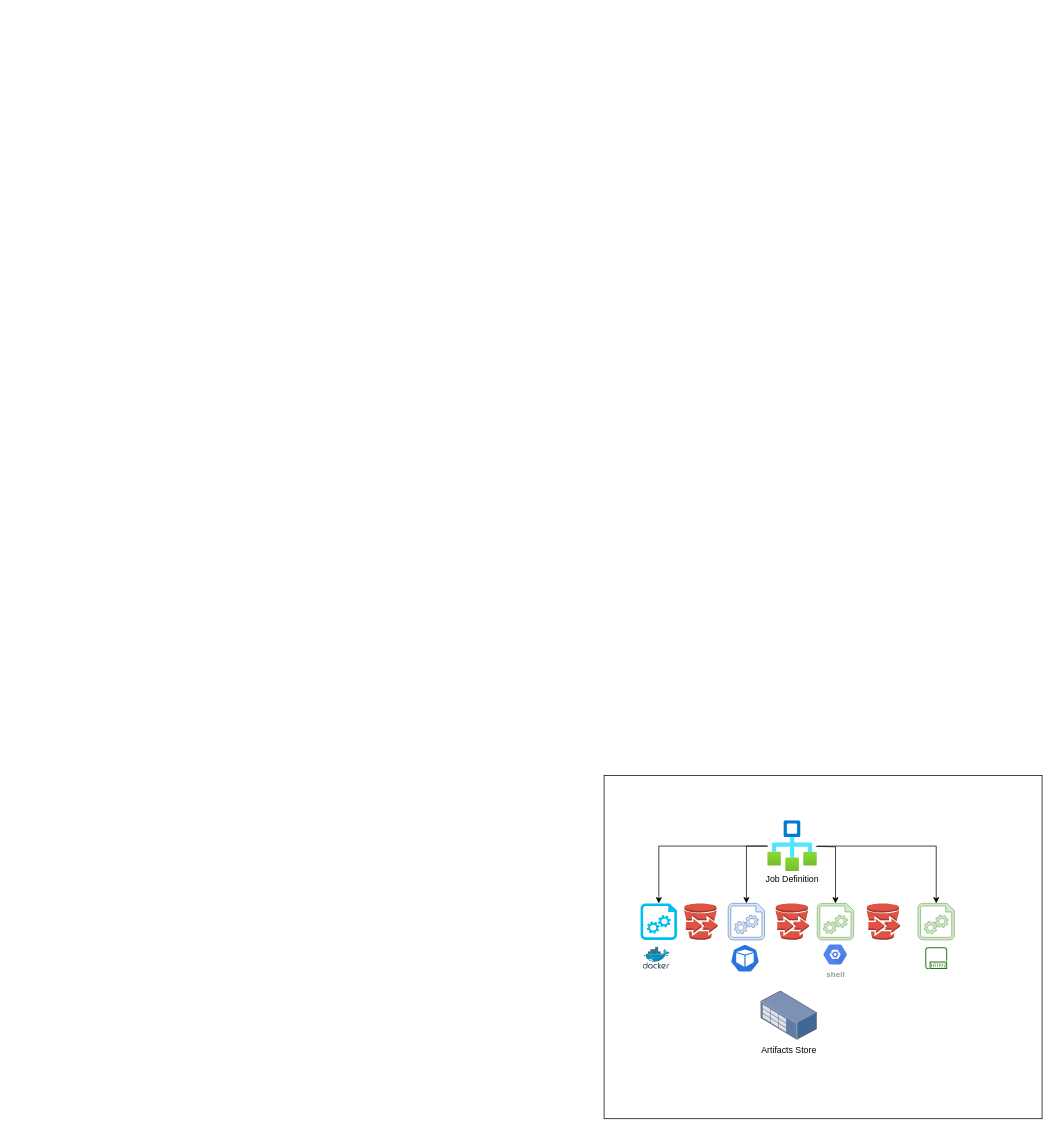
This is page "Page-3" (3 of 4) of formicary.drawio from bhatti/Aeron, a draw.io file, before an edit. Source tidied: cells renumbered, new cells numbered last; positions are measured from the earlier drawing's top-left corner, leaving out a move shared by most shapes. Both pictures are drawn from the tidied source at 73%, with x=0, y=0 at pixel (604, 775).
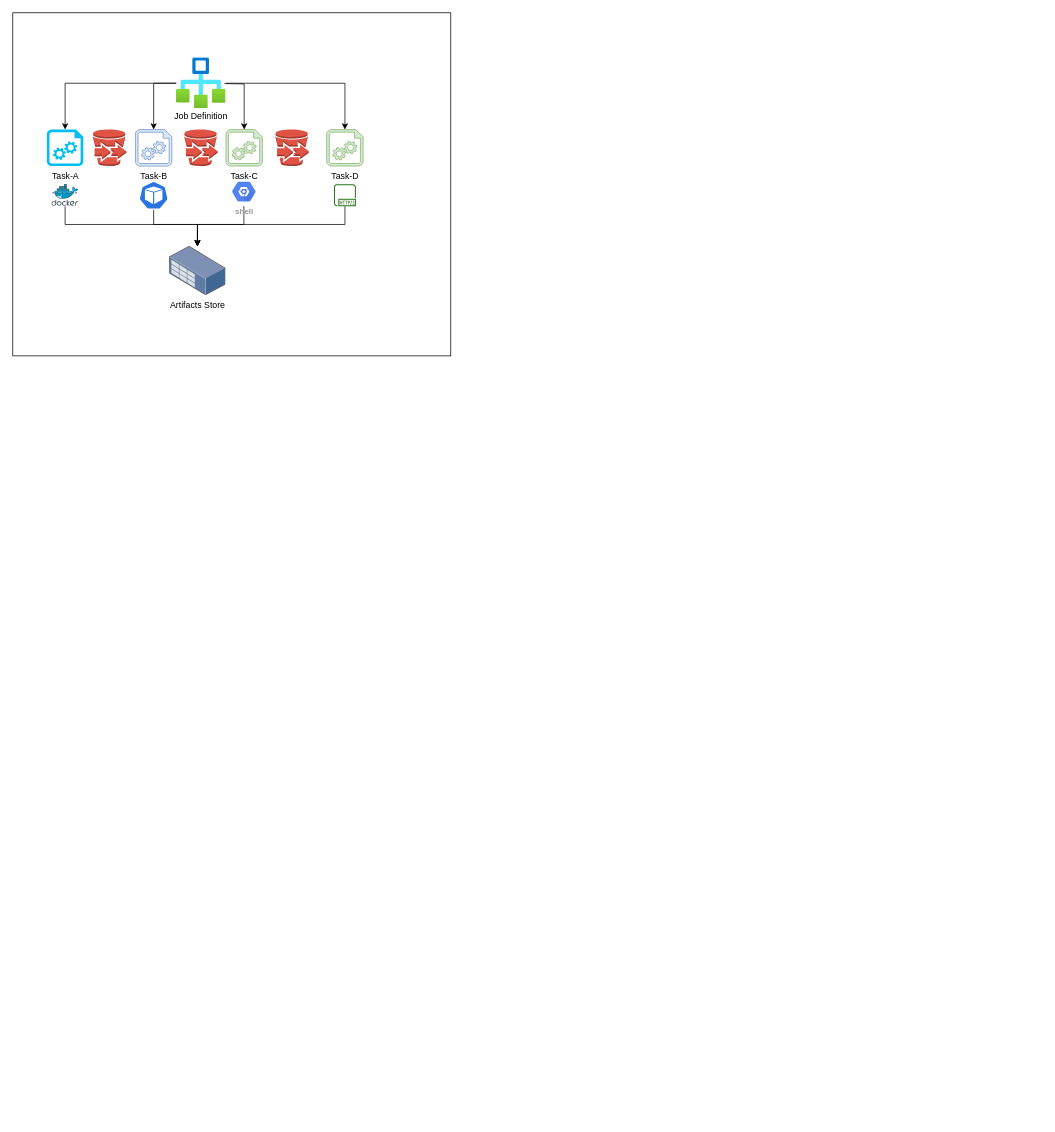
Above is the later version.

Change to the diagram source:
```diff
@@
     <mxCell id="2" style="rounded=0;whiteSpace=wrap;html=1;" parent="1" vertex="1">
-      <mxGeometry width="600" height="470" as="geometry" />
+      <mxGeometry x="-810" y="-1045" width="600" height="470" as="geometry" />
     </mxCell>
     <mxCell id="3" value="Job Definition" style="text;html=1;strokeColor=none;fillColor=none;align=center;verticalAlign=middle;whiteSpace=wrap;rounded=0;" parent="1" vertex="1">
-      <mxGeometry x="213" y="131.5" width="90" height="20" as="geometry" />
+      <mxGeometry x="-597" y="-913.5" width="90" height="20" as="geometry" />
     </mxCell>
+    <mxCell id="21" style="edgeStyle=orthogonalEdgeStyle;rounded=0;jettySize=auto;html=1;" parent="1" edge="1" source="4" target="20">
+      <mxGeometry relative="1" as="geometry">
+        <Array as="points">
+          <mxPoint x="-738" y="-755" />
+          <mxPoint x="-557" y="-755" />
+        </Array>
+      </mxGeometry>
+    </mxCell>
     <mxCell id="4" style="html=1;points=[];align=center;image;fontSize=12;image=img/lib/mscae/Docker.svg;" parent="1" vertex="1">
-      <mxGeometry x="53.4" y="235" width="36.6" height="30" as="geometry" />
+      <mxGeometry x="-756.6" y="-810" width="36.6" height="30" as="geometry" />
     </mxCell>
+    <mxCell id="22" style="edgeStyle=orthogonalEdgeStyle;rounded=0;jettySize=auto;html=1;" parent="1" edge="1" source="5" target="20">
+      <mxGeometry relative="1" as="geometry">
+        <Array as="points">
+          <mxPoint x="-617" y="-755" />
+          <mxPoint x="-557" y="-755" />
+        </Array>
+      </mxGeometry>
+    </mxCell>
     <mxCell id="5" style="html=1;dashed=0;whitespace=wrap;fillColor=#2875E2;strokeColor=#ffffff;points=[[0.005,0.63,0],[0.1,0.2,0],[0.9,0.2,0],[0.5,0,0],[0.995,0.63,0],[0.72,0.99,0],[0.5,1,0],[0.28,0.99,0]];shape=mxgraph.kubernetes.icon;prIcon=pod;" parent="1" vertex="1">
-      <mxGeometry x="173" y="230" width="40" height="40" as="geometry" />
+      <mxGeometry x="-637" y="-815" width="40" height="40" as="geometry" />
     </mxCell>
+    <mxCell id="23" style="edgeStyle=orthogonalEdgeStyle;rounded=0;jettySize=auto;html=1;" parent="1" edge="1" source="6" target="20">
+      <mxGeometry relative="1" as="geometry">
+        <Array as="points">
+          <mxPoint x="-355" y="-755" />
+          <mxPoint x="-557" y="-755" />
+        </Array>
+      </mxGeometry>
+    </mxCell>
     <mxCell id="6" style="outlineConnect=0;fontColor=#232F3E;gradientColor=none;fillColor=#277116;strokeColor=none;dashed=0;verticalLabelPosition=bottom;verticalAlign=top;align=center;html=1;fontSize=12;fontStyle=0;shape=mxgraph.aws4.http2_protocol;" parent="1" vertex="1">
-      <mxGeometry x="440" y="235" width="30" height="30" as="geometry" />
+      <mxGeometry x="-370" y="-810" width="30" height="30" as="geometry" />
     </mxCell>
+    <mxCell id="24" style="edgeStyle=orthogonalEdgeStyle;rounded=0;jettySize=auto;html=1;" parent="1" edge="1" source="7" target="20">
+      <mxGeometry relative="1" as="geometry">
+        <Array as="points">
+          <mxPoint x="-493" y="-755" />
+          <mxPoint x="-557" y="-755" />
+        </Array>
+      </mxGeometry>
+    </mxCell>
     <mxCell id="7" value="shell" style="html=1;fillColor=#5184F3;strokeColor=none;verticalAlign=top;labelPosition=center;verticalLabelPosition=bottom;align=center;spacingTop=-6;fontSize=11;fontStyle=1;fontColor=#999999;shape=mxgraph.gcp2.hexIcon;prIcon=placeholder;" parent="1" vertex="1">
-      <mxGeometry x="292" y="225" width="49.2" height="40" as="geometry" />
+      <mxGeometry x="-518" y="-820" width="49.2" height="40" as="geometry" />
     </mxCell>
-    <mxCell id="8" style="verticalLabelPosition=bottom;html=1;verticalAlign=top;align=center;strokeColor=none;fillColor=#00BEF2;shape=mxgraph.azure.startup_task;" parent="1" vertex="1">
-      <mxGeometry x="50" y="175" width="50" height="50" as="geometry" />
+    <mxCell id="8" value="Task-A" style="verticalLabelPosition=bottom;html=1;verticalAlign=top;align=center;strokeColor=none;fillColor=#00BEF2;shape=mxgraph.azure.startup_task;" parent="1" vertex="1">
+      <mxGeometry x="-763.3" y="-885" width="50" height="50" as="geometry" />
     </mxCell>
     <mxCell id="9" style="dashed=0;verticalLabelPosition=bottom;verticalAlign=top;align=center;html=1;shape=mxgraph.aws3.import_export;fillColor=#E05243;gradientColor=none;" parent="1" vertex="1">
-      <mxGeometry x="110" y="175" width="45.5" height="50" as="geometry" />
+      <mxGeometry x="-700" y="-885" width="45.5" height="50" as="geometry" />
     </mxCell>
@@
     <mxCell id="13" style="edgeStyle=orthogonalEdgeStyle;rounded=0;jettySize=auto;html=1;entryX=0.5;entryY=0;entryDx=0;entryDy=0;entryPerimeter=0;" parent="1" edge="1" target="17">
       <mxGeometry relative="1" as="geometry">
-        <mxPoint x="290" y="97" as="sourcePoint" />
+        <mxPoint x="-520" y="-948" as="sourcePoint" />
       </mxGeometry>
     </mxCell>
     <mxCell id="14" style="html=1;points=[];align=center;image;fontSize=12;image=img/lib/azure2/general/Workflow.svg;" parent="1" vertex="1">
-      <mxGeometry x="224" y="61.5" width="68" height="70" as="geometry" />
+      <mxGeometry x="-586" y="-983.5" width="68" height="70" as="geometry" />
     </mxCell>
-    <mxCell id="15" style="verticalLabelPosition=bottom;html=1;verticalAlign=top;align=center;strokeColor=#6c8ebf;fillColor=#dae8fc;shape=mxgraph.azure.startup_task;" parent="1" vertex="1">
-      <mxGeometry x="170" y="175" width="50" height="50" as="geometry" />
+    <mxCell id="15" value="Task-B" style="verticalLabelPosition=bottom;html=1;verticalAlign=top;align=center;strokeColor=#6c8ebf;fillColor=#dae8fc;shape=mxgraph.azure.startup_task;" parent="1" vertex="1">
+      <mxGeometry x="-642" y="-885" width="50" height="50" as="geometry" />
     </mxCell>
     <mxCell id="16" style="dashed=0;verticalLabelPosition=bottom;verticalAlign=top;align=center;html=1;shape=mxgraph.aws3.import_export;fillColor=#E05243;gradientColor=none;" parent="1" vertex="1">
-      <mxGeometry x="235.2" y="175" width="45.5" height="50" as="geometry" />
+      <mxGeometry x="-574.8" y="-885" width="45.5" height="50" as="geometry" />
     </mxCell>
-    <mxCell id="17" style="verticalLabelPosition=bottom;html=1;verticalAlign=top;align=center;strokeColor=#82b366;fillColor=#d5e8d4;shape=mxgraph.azure.startup_task;" parent="1" vertex="1">
-      <mxGeometry x="292" y="175" width="50" height="50" as="geometry" />
+    <mxCell id="17" value="Task-C" style="verticalLabelPosition=bottom;html=1;verticalAlign=top;align=center;strokeColor=#82b366;fillColor=#d5e8d4;shape=mxgraph.azure.startup_task;" parent="1" vertex="1">
+      <mxGeometry x="-518" y="-885" width="50" height="50" as="geometry" />
     </mxCell>
     <mxCell id="18" style="dashed=0;verticalLabelPosition=bottom;verticalAlign=top;align=center;html=1;shape=mxgraph.aws3.import_export;fillColor=#E05243;gradientColor=none;" parent="1" vertex="1">
-      <mxGeometry x="360" y="175" width="45.5" height="50" as="geometry" />
+      <mxGeometry x="-450" y="-885" width="45.5" height="50" as="geometry" />
     </mxCell>
-    <mxCell id="19" style="verticalLabelPosition=bottom;html=1;verticalAlign=top;align=center;strokeColor=#82b366;fillColor=#d5e8d4;shape=mxgraph.azure.startup_task;" parent="1" vertex="1">
-      <mxGeometry x="430" y="175" width="50" height="50" as="geometry" />
+    <mxCell id="19" value="Task-D" style="verticalLabelPosition=bottom;html=1;verticalAlign=top;align=center;strokeColor=#82b366;fillColor=#d5e8d4;shape=mxgraph.azure.startup_task;" parent="1" vertex="1">
+      <mxGeometry x="-380" y="-885" width="50" height="50" as="geometry" />
     </mxCell>
     <mxCell id="20" value="Artifacts Store" style="points=[];html=1;align=center;shadow=0;dashed=0;image;image=img/lib/allied_telesis/storage/Datacenter_Server_Rack_Storage_Unit_Small.svg;" parent="1" vertex="1">
-      <mxGeometry x="214.6" y="295" width="77.4" height="67.2" as="geometry" />
+      <mxGeometry x="-595.4" y="-725" width="77.4" height="67.2" as="geometry" />
     </mxCell>
```
